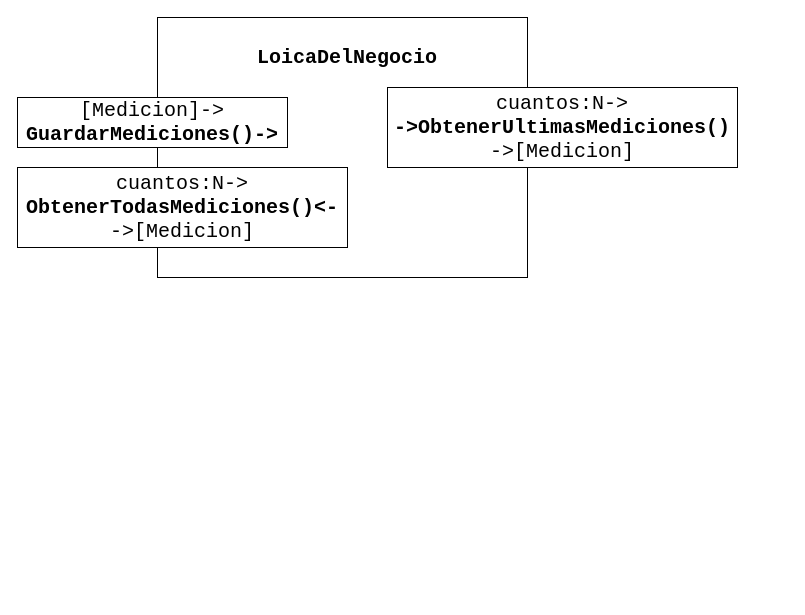
The draw.io diagram page "LogicaFake" (2 of 5) of doc/Diseño/webFlask.drawio in 3-GTI-ProyectoMedioAmbiente/WebAngleCorp, before the edit. Source tidied: cells renumbered, new cells numbered last; positions are measured from the earlier drawing's top-left corner, leaving out a move shared by most shapes. Both pictures are drawn from the tidied source at 100%, with x=0, y=0 at pixel (17, 17).
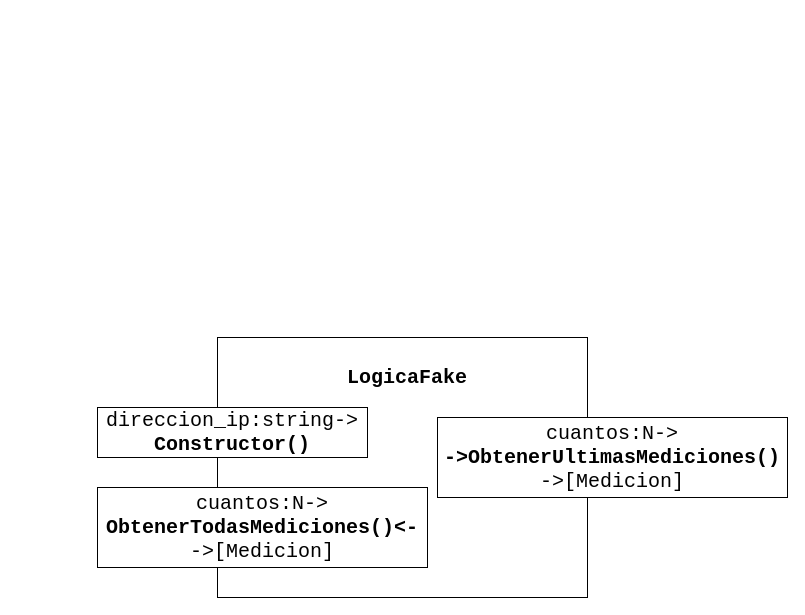
Above is the later version.

Diff of the diagram source:
```diff
@@
 <mxGraphModel>
   <root>
     <mxCell id="0" />
     <mxCell id="1" parent="0" />
-    <mxCell id="2" style="rounded=0;whiteSpace=wrap;html=1;" parent="1" vertex="1">
-      <mxGeometry x="140" width="370" height="260" as="geometry" />
-    </mxCell>
-    <mxCell id="3" value="LoicaDelNegocio" style="text;html=1;strokeColor=none;fillColor=none;align=center;verticalAlign=middle;whiteSpace=wrap;rounded=0;fontStyle=1;fontFamily=Courier New;fontSize=20;" parent="1" vertex="1">
-      <mxGeometry x="250" y="30" width="160" height="20" as="geometry" />
-    </mxCell>
+    <mxCell id="7" style="rounded=0;whiteSpace=wrap;html=1;" parent="1" vertex="1">
+      <mxGeometry x="200" y="320" width="370" height="260" as="geometry" />
+    </mxCell>
+    <mxCell id="8" value="LogicaFake" style="text;html=1;strokeColor=none;fillColor=none;align=center;verticalAlign=middle;whiteSpace=wrap;rounded=0;fontStyle=1;fontFamily=Courier New;fontSize=20;" parent="1" vertex="1">
+      <mxGeometry x="310" y="350" width="160" height="20" as="geometry" />
+    </mxCell>
     <mxCell id="4" value="cuantos:N-&amp;gt;&lt;br&gt;&lt;b&gt;ObtenerTodasMediciones()&amp;lt;-&lt;/b&gt;&lt;br&gt;-&amp;gt;[Medicion]" style="rounded=0;whiteSpace=wrap;html=1;fontFamily=Courier New;fontSize=20;align=center;fontStyle=0;" parent="1" vertex="1">
-      <mxGeometry y="150" width="330" height="80" as="geometry" />
+      <mxGeometry x="80" y="470" width="330" height="80" as="geometry" />
     </mxCell>
     <mxCell id="5" value="cuantos:N-&amp;gt;&lt;br&gt;&lt;b&gt;-&amp;gt;ObtenerUltimasMediciones()&lt;/b&gt;&lt;br&gt;-&amp;gt;[Medicion]" style="rounded=0;whiteSpace=wrap;html=1;fontFamily=Courier New;fontSize=20;align=center;fontStyle=0;" parent="1" vertex="1">
-      <mxGeometry x="370" y="70" width="350" height="80" as="geometry" />
+      <mxGeometry x="420" y="400" width="350" height="80" as="geometry" />
     </mxCell>
-    <mxCell id="6" value="[Medicion]-&amp;gt;&lt;br&gt;&lt;b&gt;GuardarMediciones()-&amp;gt;&lt;/b&gt;" style="rounded=0;whiteSpace=wrap;html=1;fontFamily=Courier New;fontSize=20;align=center;fontStyle=0;" parent="1" vertex="1">
-      <mxGeometry y="80" width="270" height="50" as="geometry" />
-    </mxCell>
+    <mxCell id="9" value="direccion_ip:string-&amp;gt;&lt;br&gt;&lt;b&gt;Constructor()&lt;/b&gt;" style="rounded=0;whiteSpace=wrap;html=1;fontFamily=Courier New;fontSize=20;align=center;fontStyle=0;" parent="1" vertex="1">
+      <mxGeometry x="80" y="390" width="270" height="50" as="geometry" />
+    </mxCell>
   </root>
 </mxGraphModel>
```
